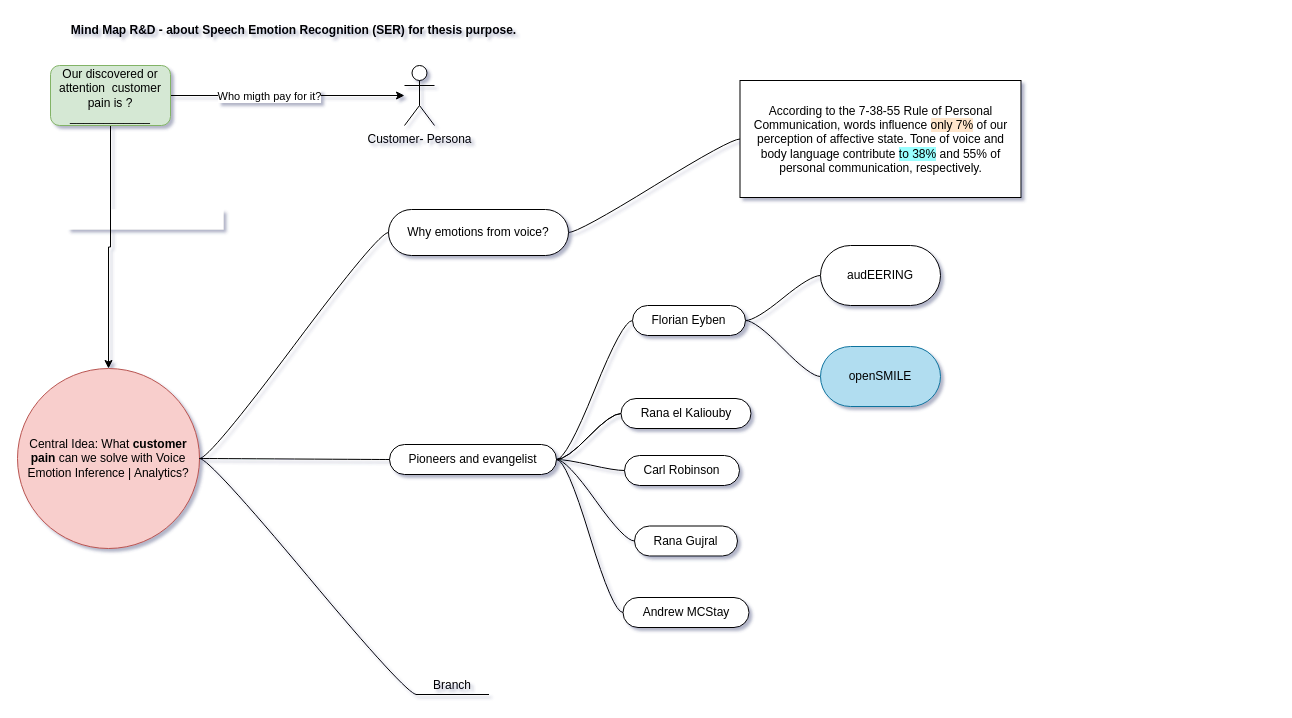
This is SER-mind-map-ryd.drawio from beltrewilton/ser_research, a draw.io file, before an edit. Source tidied: cells renumbered, new cells numbered last; positions are measured from the earlier drawing's top-left corner, leaving out a move shared by most shapes. Both pictures are drawn from the tidied source at 100%, with x=0, y=0 at pixel (17, 17).
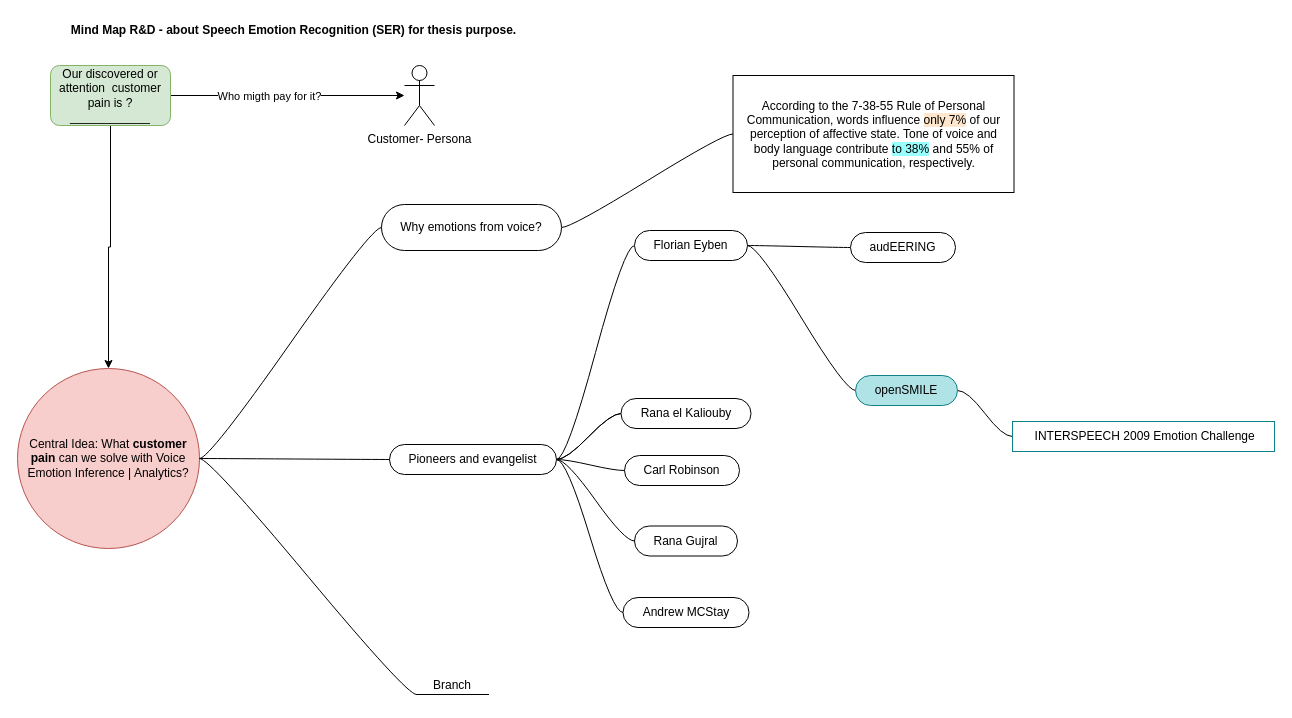
After the change.

Change to the diagram source:
```diff
@@
-<mxGraphModel shadow="1">
+<mxGraphModel>
@@
     <mxCell id="2" value="According to the 7-38-55 Rule of Personal Communication, words influence &lt;span style=&quot;background-color: rgb(255, 230, 204);&quot;&gt;only 7%&lt;/span&gt; of our perception of affective state. Tone of voice and body language contribute &lt;span style=&quot;background-color: rgb(153, 255, 255);&quot;&gt;to 38%&lt;/span&gt; and 55% of personal communication, respectively." style="whiteSpace=wrap;html=1;rounded=0;arcSize=50;align=center;verticalAlign=middle;strokeWidth=1;spacing=4;newEdgeStyle={&quot;edgeStyle&quot;:&quot;entityRelationEdgeStyle&quot;,&quot;startArrow&quot;:&quot;none&quot;,&quot;endArrow&quot;:&quot;none&quot;,&quot;segment&quot;:10,&quot;curved&quot;:1,&quot;sourcePerimeterSpacing&quot;:0,&quot;targetPerimeterSpacing&quot;:0};strokeColor=default;fillColor=default;" parent="1" vertex="1" collapsed="1">
-      <mxGeometry x="722.5" y="63" width="281" height="117" as="geometry" />
+      <mxGeometry x="715.5" y="58" width="281" height="117" as="geometry" />
     </mxCell>
@@
+    <mxCell id="24" style="edgeStyle=entityRelationEdgeStyle;rounded=0;jettySize=auto;html=1;startArrow=none;endArrow=none;segment=10;curved=1;sourcePerimeterSpacing=0;targetPerimeterSpacing=0;" parent="1" edge="1" source="25" target="32">
+      <mxGeometry relative="1" as="geometry" />
+    </mxCell>
@@
-    <mxCell id="24" style="edgeStyle=entityRelationEdgeStyle;rounded=0;jettySize=auto;html=1;startArrow=none;endArrow=none;segment=10;curved=1;sourcePerimeterSpacing=0;targetPerimeterSpacing=0;" parent="1" edge="1" source="25" target="32">
-      <mxGeometry relative="1" as="geometry" />
-    </mxCell>
     <mxCell id="25" value="Florian Eyben" style="whiteSpace=wrap;html=1;rounded=1;arcSize=50;align=center;verticalAlign=middle;strokeWidth=1;spacing=4;newEdgeStyle={&quot;edgeStyle&quot;:&quot;entityRelationEdgeStyle&quot;,&quot;startArrow&quot;:&quot;none&quot;,&quot;endArrow&quot;:&quot;none&quot;,&quot;segment&quot;:10,&quot;curved&quot;:1,&quot;sourcePerimeterSpacing&quot;:0,&quot;targetPerimeterSpacing&quot;:0};strokeColor=default;fillColor=default;" parent="1" vertex="1">
-      <mxGeometry x="615" y="288" width="113" height="30" as="geometry" />
+      <mxGeometry x="617" y="213" width="113" height="30" as="geometry" />
     </mxCell>
@@
     <mxCell id="27" value="Why emotions from voice?" style="whiteSpace=wrap;html=1;rounded=1;arcSize=50;align=center;verticalAlign=middle;strokeWidth=1;spacing=4;newEdgeStyle={&quot;edgeStyle&quot;:&quot;entityRelationEdgeStyle&quot;,&quot;startArrow&quot;:&quot;none&quot;,&quot;endArrow&quot;:&quot;none&quot;,&quot;segment&quot;:10,&quot;curved&quot;:1,&quot;sourcePerimeterSpacing&quot;:0,&quot;targetPerimeterSpacing&quot;:0};strokeColor=default;fillColor=default;" parent="1" vertex="1">
-      <mxGeometry x="371" y="192" width="180" height="46" as="geometry" />
+      <mxGeometry x="364" y="187" width="180" height="46" as="geometry" />
     </mxCell>
@@
+    <mxCell id="33" style="edgeStyle=entityRelationEdgeStyle;rounded=0;jettySize=auto;html=1;startArrow=none;endArrow=none;segment=10;curved=1;sourcePerimeterSpacing=0;targetPerimeterSpacing=0;" parent="1" edge="1" source="32" target="34">
+      <mxGeometry relative="1" as="geometry" />
+    </mxCell>
+    <mxCell id="32" value="openSMILE" style="whiteSpace=wrap;html=1;rounded=1;arcSize=50;align=center;verticalAlign=middle;strokeWidth=1;spacing=4;newEdgeStyle={&quot;edgeStyle&quot;:&quot;entityRelationEdgeStyle&quot;,&quot;startArrow&quot;:&quot;none&quot;,&quot;endArrow&quot;:&quot;none&quot;,&quot;segment&quot;:10,&quot;curved&quot;:1,&quot;sourcePerimeterSpacing&quot;:0,&quot;targetPerimeterSpacing&quot;:0};strokeColor=#0e8088;fillColor=#b0e3e6;" parent="1" vertex="1">
+      <mxGeometry x="838" y="358" width="102" height="30" as="geometry" />
+    </mxCell>
-    <mxCell id="31" value="audEERING" style="whiteSpace=wrap;html=1;rounded=1;arcSize=50;strokeWidth=1;spacing=4;" parent="1" vertex="1">
-      <mxGeometry x="803" y="228" width="120" height="60" as="geometry" />
+    <mxCell id="31" value="audEERING" style="whiteSpace=wrap;html=1;rounded=1;arcSize=50;align=center;verticalAlign=middle;strokeWidth=1;spacing=4;newEdgeStyle={&quot;edgeStyle&quot;:&quot;entityRelationEdgeStyle&quot;,&quot;startArrow&quot;:&quot;none&quot;,&quot;endArrow&quot;:&quot;none&quot;,&quot;segment&quot;:10,&quot;curved&quot;:1,&quot;sourcePerimeterSpacing&quot;:0,&quot;targetPerimeterSpacing&quot;:0};strokeColor=default;fillColor=default;" parent="1" vertex="1">
+      <mxGeometry x="833" y="215" width="105" height="30" as="geometry" />
     </mxCell>
-    <mxCell id="32" value="openSMILE" style="whiteSpace=wrap;html=1;rounded=1;arcSize=50;strokeWidth=1;spacing=4;fillColor=#b1ddf0;strokeColor=#10739e;" parent="1" vertex="1">
-      <mxGeometry x="803" y="329" width="120" height="60" as="geometry" />
-    </mxCell>
+    <mxCell id="34" value="&amp;nbsp;INTERSPEECH 2009 Emotion Challenge" style="whiteSpace=wrap;html=1;rounded=0;arcSize=50;align=center;verticalAlign=middle;strokeWidth=1;spacing=4;newEdgeStyle={&quot;edgeStyle&quot;:&quot;entityRelationEdgeStyle&quot;,&quot;startArrow&quot;:&quot;none&quot;,&quot;endArrow&quot;:&quot;none&quot;,&quot;segment&quot;:10,&quot;curved&quot;:1,&quot;sourcePerimeterSpacing&quot;:0,&quot;targetPerimeterSpacing&quot;:0};strokeColor=#0e8088;fillColor=none;" parent="1" vertex="1">
+      <mxGeometry x="995" y="404" width="262" height="30" as="geometry" />
+    </mxCell>
```
